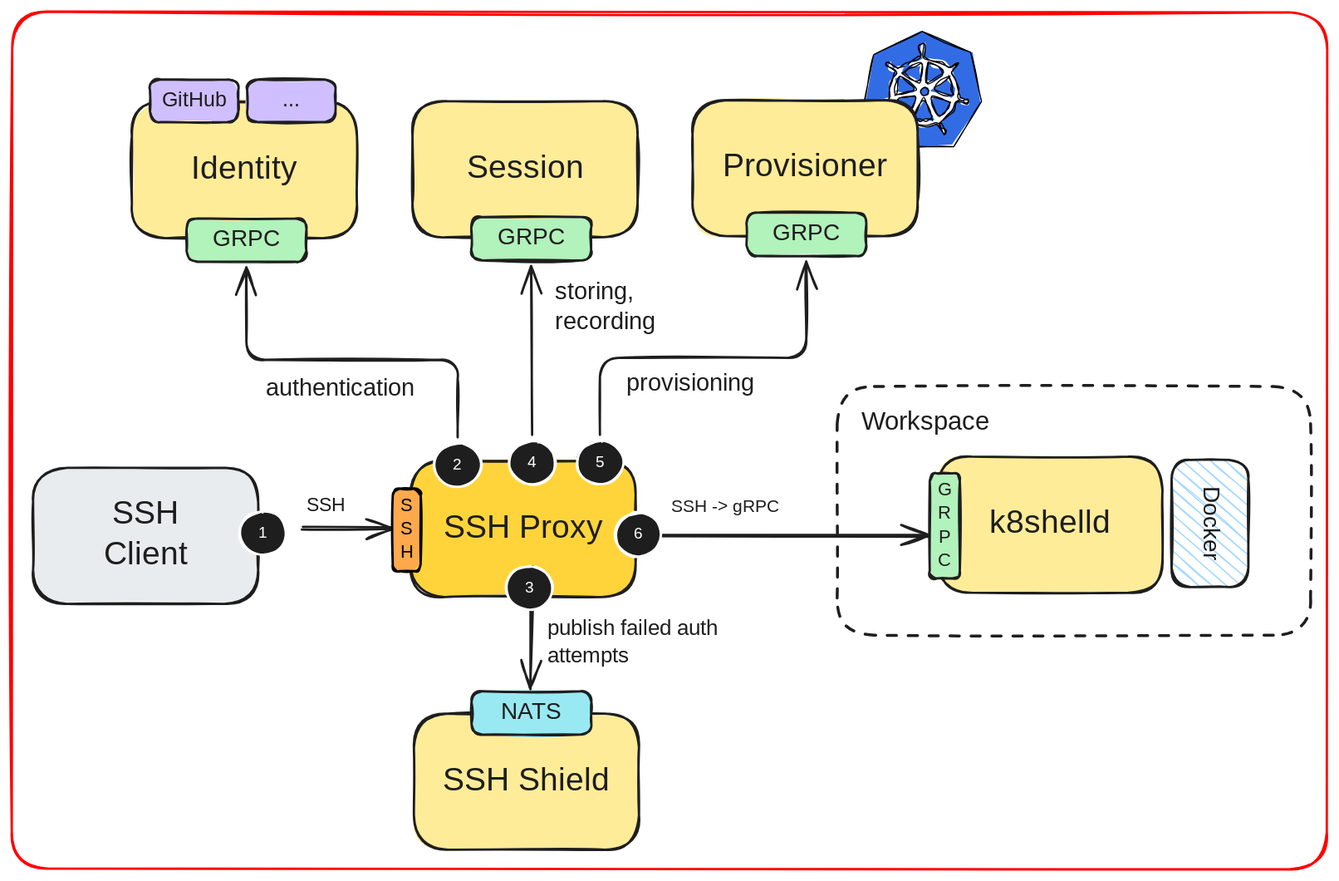
Earlier version of the Excalidraw export drawings/ssh-architecture.excalidraw.svg (k8shell-io/docs). Source tidied: one line per element, renumbered; positions are measured from the earlier drawing's top-left corner, leaving out a move shared by most shapes.
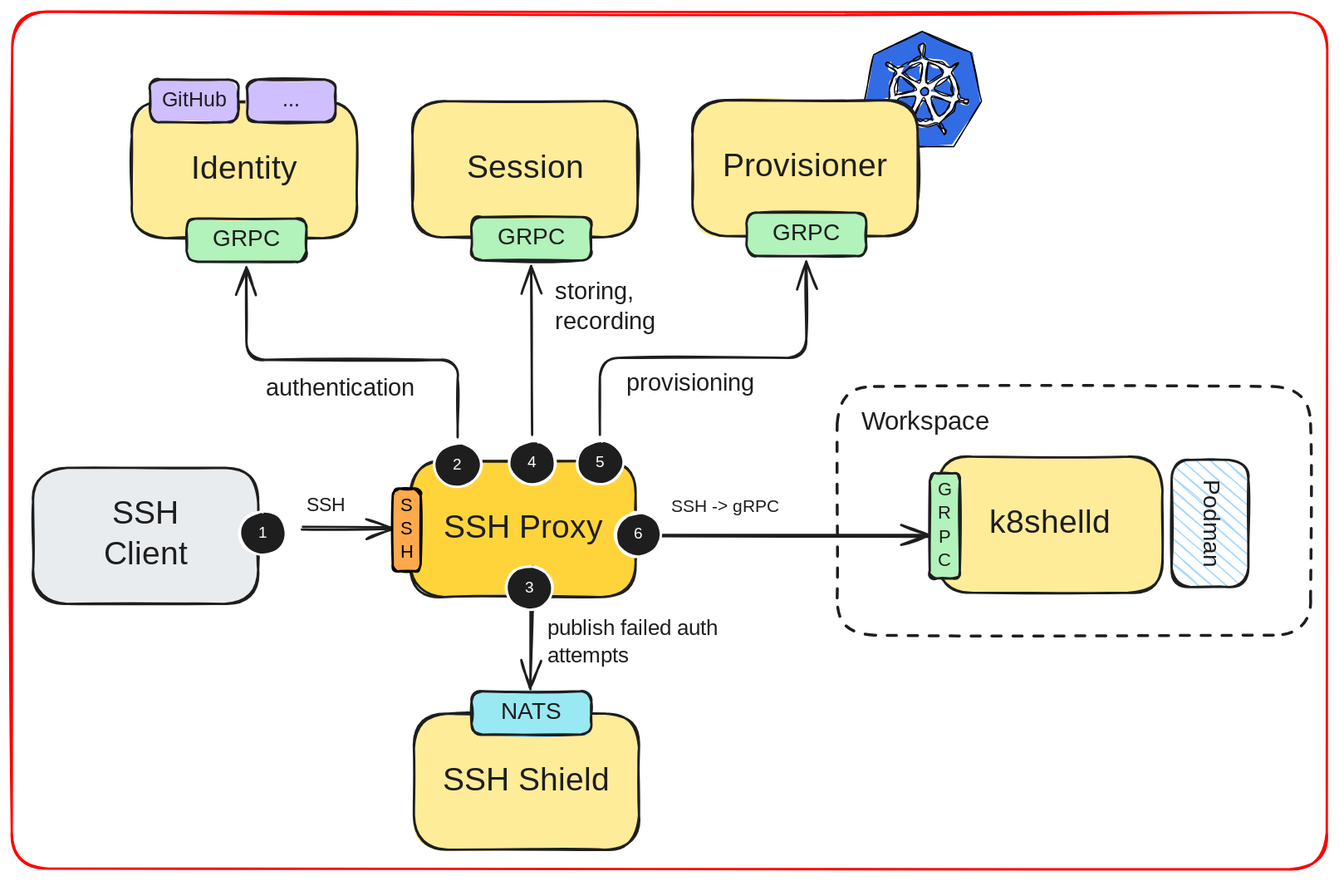
The same file after the commit.

Change to the diagram source:
```diff
@@ -27,7 +27,7 @@
 {"id": 26, "type": "arrow", "strokeColor": "#1e1e1e", "backgroundColor": "#ffec99", "fillStyle": "solid", "strokeWidth": 2, "roughness": 1, "endArrowhead": "arrow", "round": true, "from": 38, "to": 64, "x": 447, "y": 512, "width": 2, "height": 70, "points": [[0, 0], [-2, 70]]}
 {"id": 27, "type": "text", "text": "publish failed auth\nattempts", "strokeColor": "#1e1e1e", "backgroundColor": "#ffd43b", "fillStyle": "solid", "strokeWidth": 2, "roughness": 1, "fontSize": 18.93, "fontFamily": 5, "x": 461, "y": 519, "width": 169, "height": 47}
 {"id": 28, "type": "rectangle", "strokeColor": "#1e1e1e", "angle": 1.57, "backgroundColor": "#a5d8ff", "fillStyle": "hachure", "strokeWidth": 2, "roughness": 1, "round": true, "x": 976, "y": 407, "width": 109, "height": 66}
-{"id": 29, "type": "text", "text": "Docker", "strokeColor": "#1e1e1e", "angle": 1.57, "strokeWidth": 2, "roughness": 1, "fontSize": 20, "fontFamily": 5, "textAlign": "center", "verticalAlign": "middle", "inside": 28, "x": 1001, "y": 427, "width": 59, "height": 25}
+{"id": 29, "type": "text", "text": "Podman", "strokeColor": "#1e1e1e", "angle": 1.57, "strokeWidth": 2, "roughness": 1, "fontSize": 20, "fontFamily": 5, "textAlign": "center", "verticalAlign": "middle", "inside": 28, "x": 994, "y": 427, "width": 73, "height": 25}
 {"id": 30, "type": "ellipse", "strokeColor": "#ffffff", "backgroundColor": "#1e1e1e", "fillStyle": "solid", "strokeWidth": 2, "roughness": 1, "round": true, "x": 196, "y": 429, "width": 40, "height": 38}
 {"id": 31, "type": "text", "text": "1", "strokeColor": "#ffffff", "backgroundColor": "#1e1e1e", "fillStyle": "solid", "strokeWidth": 2, "roughness": 1, "fontSize": 13.5, "fontFamily": 5, "textAlign": "center", "verticalAlign": "middle", "inside": 30, "x": 213, "y": 440, "width": 6, "height": 17}
 {"id": 32, "type": "ellipse", "strokeColor": "#ffffff", "backgroundColor": "#1e1e1e", "fillStyle": "solid", "strokeWidth": 2, "roughness": 1, "round": true, "x": 364, "y": 371, "width": 40, "height": 38}
```
